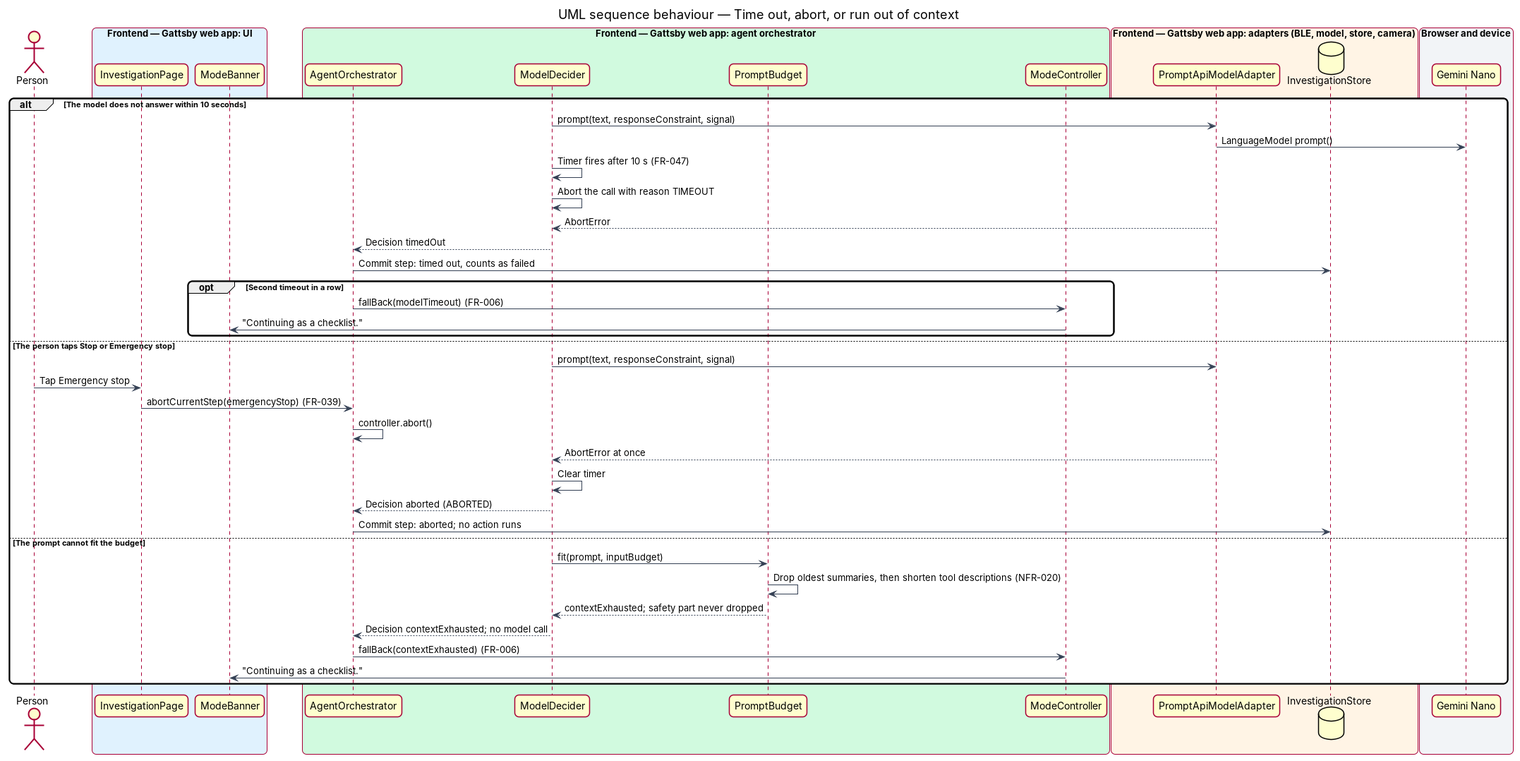
QuinntyneBrown/gattsby keeps this PlantUML diagram as docs/detailed-designs/agent/decide-the-next-action/diagrams/sequence-time-out-or-abort.png. Above is the earlier version. Its source is kept beside it as docs/detailed-designs/agent/decide-the-next-action/diagrams/sequence-time-out-or-abort.puml. Source of this version:
```plantuml
@startuml
title UML sequence behaviour — Time out, abort, or run out of context
skinparam backgroundColor #FFFFFF
skinparam shadowing false
skinparam roundcorner 12
skinparam defaultFontName Arial
skinparam ArrowColor #344054
skinparam rectangle {
  BorderColor #344054
  FontColor #101828
}
skinparam package {
  BorderColor #667085
  FontColor #101828
  BackgroundColor #F9FAFB
}
actor "Person" as person
box "Frontend — Gattsby web app: UI" #E0F2FE
  participant "InvestigationPage" as page
  participant "ModeBanner" as banner
end box
box "Frontend — Gattsby web app: agent orchestrator" #D1FADF
  participant "AgentOrchestrator" as orch
  participant "ModelDecider" as decider
  participant "PromptBudget" as budget
  participant "ModeController" as mode
end box
box "Frontend — Gattsby web app: adapters (BLE, model, store, camera)" #FFF4E5
  participant "PromptApiModelAdapter" as model
  database "InvestigationStore" as store
end box
box "Browser and device" #F2F4F7
  participant "Gemini Nano" as nano
end box

alt The model does not answer within 10 seconds
  decider -> model : prompt(text, responseConstraint, signal)
  model -> nano : LanguageModel prompt()
  decider -> decider : Timer fires after 10 s (FR-047)
  decider -> decider : Abort the call with reason TIMEOUT
  model --> decider : AbortError
  decider --> orch : Decision timedOut
  orch -> store : Commit step: timed out, counts as failed
  opt Second timeout in a row
    orch -> mode : fallBack(modelTimeout) (FR-006)
    mode -> banner : "Continuing as a checklist."
  end
else The person taps Stop or Emergency stop
  decider -> model : prompt(text, responseConstraint, signal)
  person -> page : Tap Emergency stop
  page -> orch : abortCurrentStep(emergencyStop) (FR-039)
  orch -> orch : controller.abort()
  model --> decider : AbortError at once
  decider -> decider : Clear timer
  decider --> orch : Decision aborted (ABORTED)
  orch -> store : Commit step: aborted; no action runs
else The prompt cannot fit the budget
  decider -> budget : fit(prompt, inputBudget)
  budget -> budget : Drop oldest summaries, then shorten tool descriptions (NFR-020)
  budget --> decider : contextExhausted; safety part never dropped
  decider --> orch : Decision contextExhausted; no model call
  orch -> mode : fallBack(contextExhausted) (FR-006)
  mode -> banner : "Continuing as a checklist."
end
@enduml
```
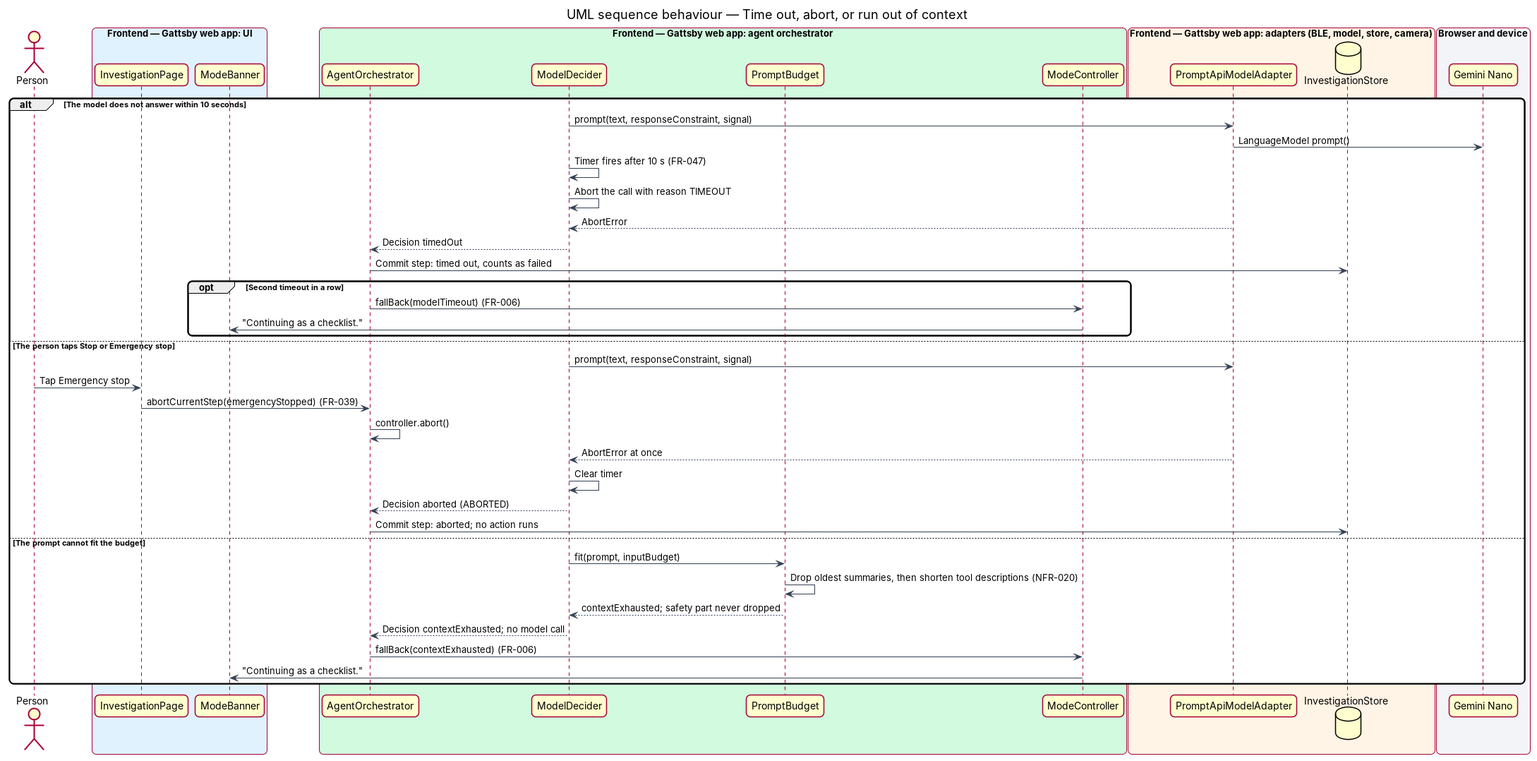
Above is the later version.

What changed in the source:
```diff
@@ -48,7 +48,7 @@
 else The person taps Stop or Emergency stop
   decider -> model : prompt(text, responseConstraint, signal)
   person -> page : Tap Emergency stop
-  page -> orch : abortCurrentStep(emergencyStop) (FR-039)
+  page -> orch : abortCurrentStep(emergencyStopped) (FR-039)
   orch -> orch : controller.abort()
   model --> decider : AbortError at once
   decider -> decider : Clear timer
```
